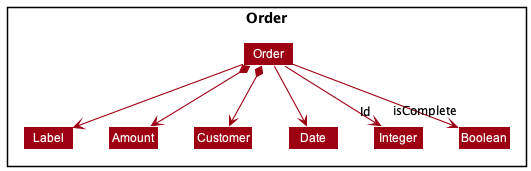
Earlier version of the PlantUML export docs/images/OrderClassDiagram.png (nus-cs2103-AY2122S1/tp).
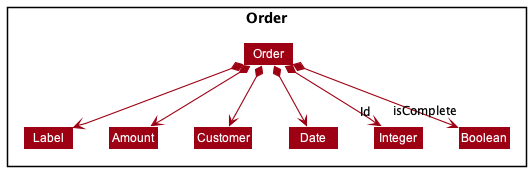
Later version of the same file.

Commit message:
Update task and order class diagrams

The edit, as a diff of the source:
```diff
@@ -17,12 +17,12 @@
 
 }
 
-Order --> Label
+Order *--> Label
 Order *--> Amount
 Order *--> Customer
-Order --> Date
-Order --> "isComplete" Boolean
-Order --> "Id" Integer
+Order *--> Date
+Order *--> "isComplete" Boolean
+Order *--> "Id" Integer
 
 Label -[hidden]right-> Amount
 Amount -[hidden]right-> Customer
```
